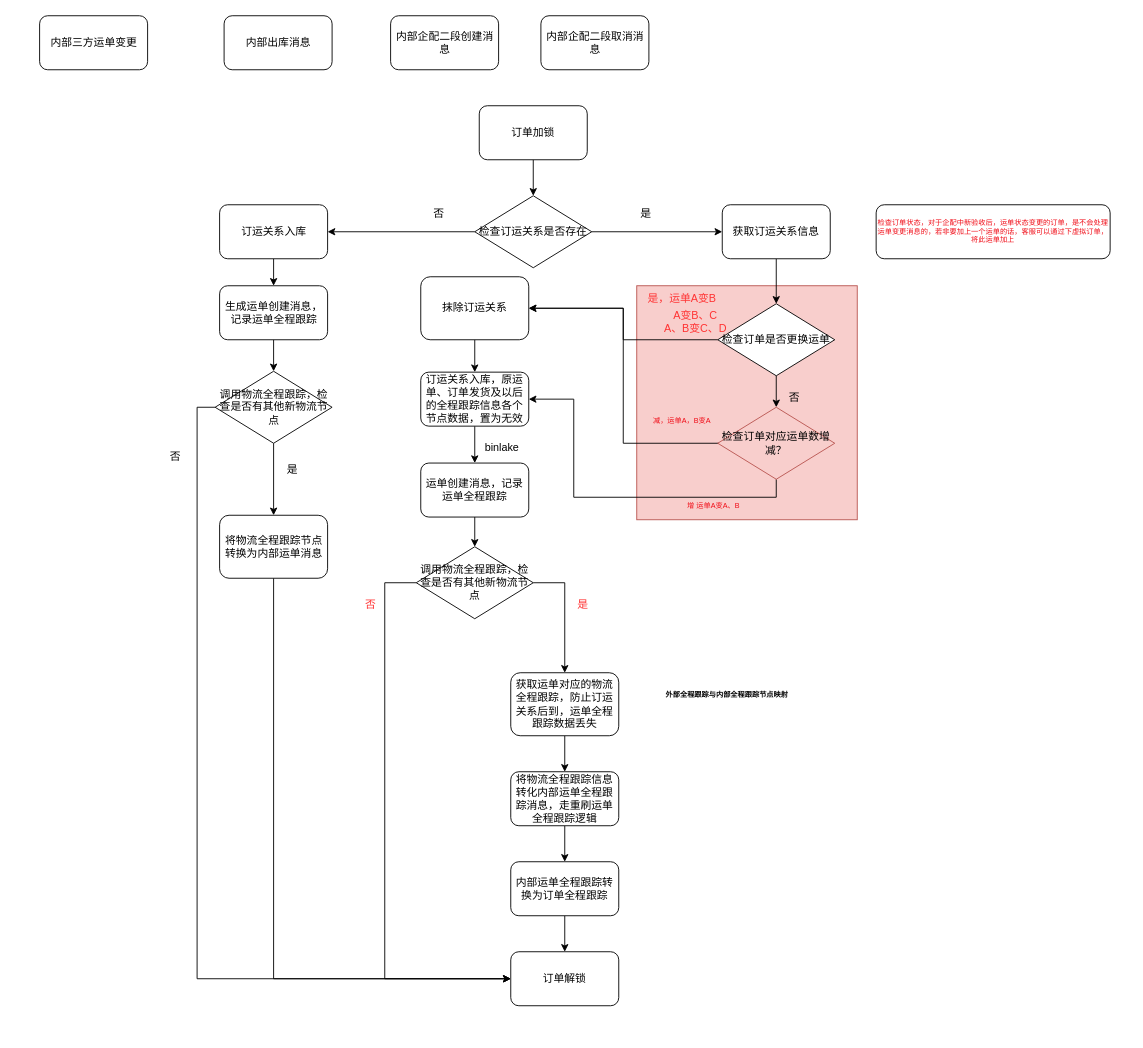
Earlier version of the draw.io diagram page "订运关系落库" (34 of 36) of Untitled Diagram.drawio (lixintao03/lixintao.github.io). Source tidied: cells renumbered, new cells numbered last; positions are measured from the earlier drawing's top-left corner, leaving out a move shared by most shapes. Both pictures are drawn from the tidied source at 90%, with x=0, y=0 at pixel (39, 15).
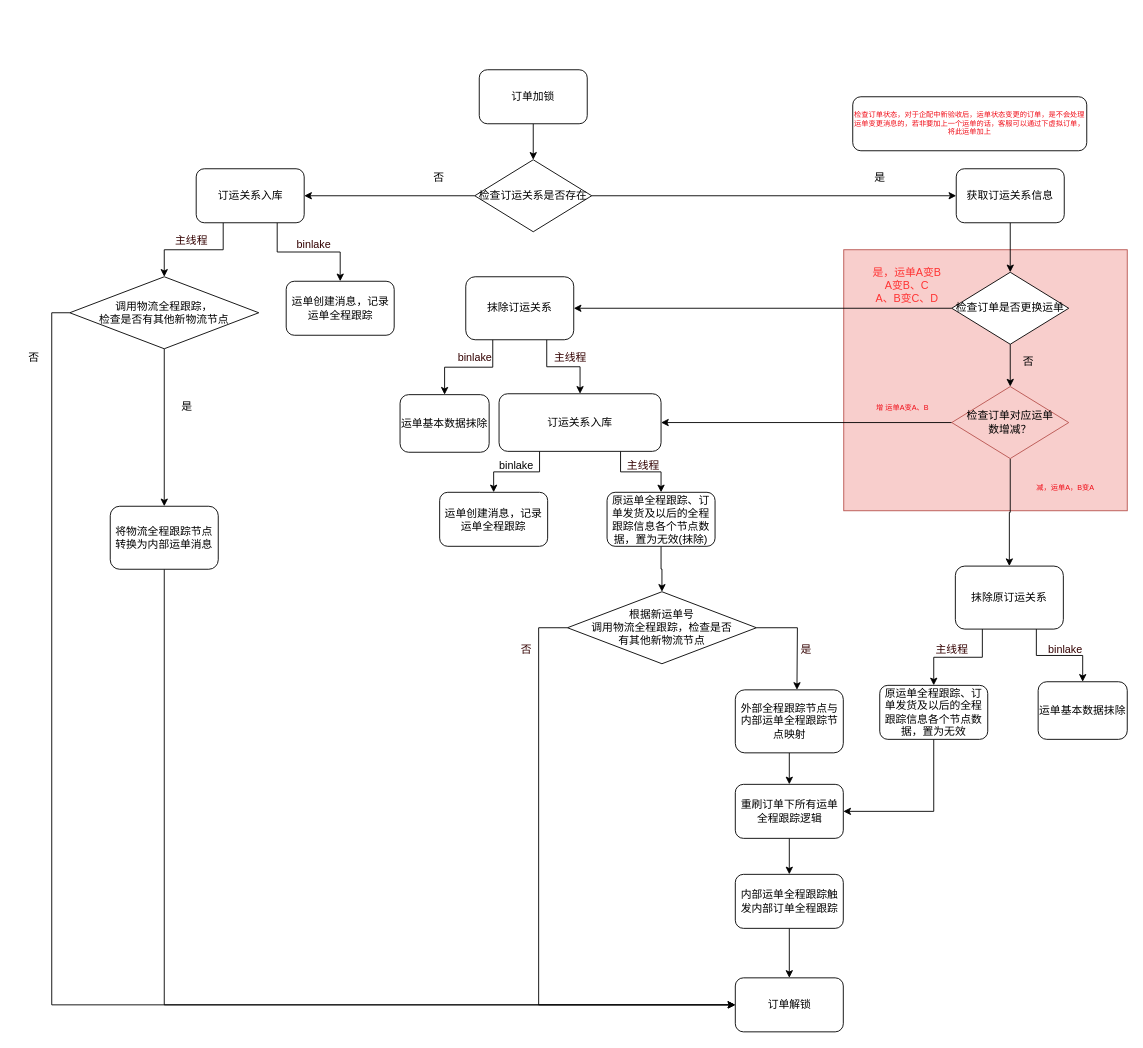
Above is the later version.

What changed in the source:
```diff
@@
     <mxCell id="2" style="rounded=0;whiteSpace=wrap;html=1;fillColor=#f8cecc;strokeColor=#b85450;" parent="1" vertex="1">
-      <mxGeometry x="664" y="300" width="245" height="260" as="geometry" />
+      <mxGeometry x="894" y="260" width="315" height="290" as="geometry" />
     </mxCell>
-    <mxCell id="3" value="内部三方运单变更" style="rounded=1;whiteSpace=wrap;html=1;" parent="1" vertex="1">
-      <mxGeometry x="0.5" width="120" height="60" as="geometry" />
-    </mxCell>
-    <mxCell id="4" value="内部出库消息" style="rounded=1;whiteSpace=wrap;html=1;" parent="1" vertex="1">
-      <mxGeometry x="205.5" width="120" height="60" as="geometry" />
-    </mxCell>
-    <mxCell id="5" value="内部企配二段创建消息" style="rounded=1;whiteSpace=wrap;html=1;" parent="1" vertex="1">
-      <mxGeometry x="390.5" width="120" height="60" as="geometry" />
-    </mxCell>
-    <mxCell id="6" style="edgeStyle=orthogonalEdgeStyle;rounded=0;jettySize=auto;html=1;exitX=0.5;exitY=1;exitDx=0;exitDy=0;entryX=0.5;entryY=0;entryDx=0;entryDy=0;" parent="1" edge="1" source="7" target="31">
+    <mxCell id="6" style="edgeStyle=orthogonalEdgeStyle;rounded=0;jettySize=auto;html=1;exitX=0.75;exitY=1;exitDx=0;exitDy=0;entryX=0.5;entryY=0;entryDx=0;entryDy=0;fontColor=#FF3333;" parent="1" edge="1" source="7" target="31">
       <mxGeometry relative="1" as="geometry" />
     </mxCell>
+    <mxCell id="59" style="edgeStyle=orthogonalEdgeStyle;rounded=0;jettySize=auto;html=1;exitX=0.25;exitY=1;exitDx=0;exitDy=0;entryX=0.5;entryY=0;entryDx=0;entryDy=0;fontColor=#FF3333;" parent="1" edge="1" source="7" target="46">
+      <mxGeometry relative="1" as="geometry" />
+    </mxCell>
     <mxCell id="7" value="订运关系入库" style="rounded=1;whiteSpace=wrap;html=1;" parent="1" vertex="1">
-      <mxGeometry x="200.5" y="210" width="120" height="60" as="geometry" />
+      <mxGeometry x="174.5" y="170" width="120" height="60" as="geometry" />
     </mxCell>
@@
     <mxCell id="10" value="检查订运关系是否存在" style="rhombus;whiteSpace=wrap;html=1;" parent="1" vertex="1">
-      <mxGeometry x="484" y="200" width="130" height="80" as="geometry" />
+      <mxGeometry x="484" y="160" width="130" height="80" as="geometry" />
     </mxCell>
     <mxCell id="11" value="否" style="text;html=1;align=center;verticalAlign=middle;strokeColor=none;fillColor=none;" parent="1" vertex="1">
-      <mxGeometry x="424" y="205" width="40" height="30" as="geometry" />
+      <mxGeometry x="424" y="165" width="40" height="30" as="geometry" />
     </mxCell>
@@
-    <mxCell id="13" value="获取运单对应的物流全程跟踪，防止订运关系后到，运单全程跟踪数据丢失" style="rounded=1;whiteSpace=wrap;html=1;" parent="1" vertex="1">
-      <mxGeometry x="524" y="730" width="120" height="70" as="geometry" />
+    <mxCell id="13" value="外部全程跟踪节点与内部运单全程跟踪节点映射" style="rounded=1;whiteSpace=wrap;html=1;" parent="1" vertex="1">
+      <mxGeometry x="773.5" y="749" width="120" height="70" as="geometry" />
     </mxCell>
@@
-    <mxCell id="15" value="将物流全程跟踪信息转化内部运单全程跟踪消息，走重刷运单全程跟踪逻辑" style="rounded=1;whiteSpace=wrap;html=1;" parent="1" vertex="1">
-      <mxGeometry x="524" y="840" width="120" height="60" as="geometry" />
+    <mxCell id="15" value="重刷订单下所有运单全程跟踪逻辑" style="rounded=1;whiteSpace=wrap;html=1;" parent="1" vertex="1">
+      <mxGeometry x="773.5" y="854" width="120" height="60" as="geometry" />
     </mxCell>
@@
     <mxCell id="17" value="获取订运关系信息" style="rounded=1;whiteSpace=wrap;html=1;" parent="1" vertex="1">
-      <mxGeometry x="759" y="210" width="120" height="60" as="geometry" />
+      <mxGeometry x="1019" y="170" width="120" height="60" as="geometry" />
     </mxCell>
@@
     <mxCell id="20" value="检查订单是否更换运单" style="rhombus;whiteSpace=wrap;html=1;" parent="1" vertex="1">
-      <mxGeometry x="754" y="320" width="130" height="80" as="geometry" />
+      <mxGeometry x="1014" y="285" width="130" height="80" as="geometry" />
     </mxCell>
-    <mxCell id="21" style="edgeStyle=orthogonalEdgeStyle;rounded=0;jettySize=auto;html=1;exitX=0.5;exitY=1;exitDx=0;exitDy=0;entryX=0.5;entryY=0;entryDx=0;entryDy=0;" parent="1" edge="1" source="22" target="50">
+    <mxCell id="21" style="edgeStyle=orthogonalEdgeStyle;rounded=0;jettySize=auto;html=1;exitX=0.75;exitY=1;exitDx=0;exitDy=0;entryX=0.5;entryY=0;entryDx=0;entryDy=0;" parent="1" edge="1" source="22" target="50">
       <mxGeometry relative="1" as="geometry" />
     </mxCell>
+    <mxCell id="60" style="edgeStyle=orthogonalEdgeStyle;rounded=0;jettySize=auto;html=1;exitX=0.25;exitY=1;exitDx=0;exitDy=0;entryX=0.5;entryY=0;entryDx=0;entryDy=0;fontColor=#330000;" parent="1" edge="1" source="22" target="68">
+      <mxGeometry relative="1" as="geometry" />
+    </mxCell>
     <mxCell id="22" value="抹除订运关系" style="rounded=1;whiteSpace=wrap;html=1;" parent="1" vertex="1">
-      <mxGeometry x="424" y="290" width="120" height="70" as="geometry" />
+      <mxGeometry x="474" y="290" width="120" height="70" as="geometry" />
     </mxCell>
     <mxCell id="23" value="是" style="text;html=1;align=center;verticalAlign=middle;strokeColor=none;fillColor=none;" parent="1" vertex="1">
-      <mxGeometry x="654" y="205" width="40" height="30" as="geometry" />
+      <mxGeometry x="914" y="165" width="40" height="30" as="geometry" />
     </mxCell>
-    <mxCell id="24" value="&lt;font color=&quot;#ff3333&quot;&gt;是，运单A变B&lt;/font&gt;" style="text;html=1;align=center;verticalAlign=middle;strokeColor=none;fillColor=none;" parent="1" vertex="1">
-      <mxGeometry x="664" y="300" width="100" height="30" as="geometry" />
-    </mxCell>
     <mxCell id="25" value="否" style="text;html=1;align=center;verticalAlign=middle;strokeColor=none;fillColor=none;" parent="1" vertex="1">
-      <mxGeometry x="819" y="410" width="40" height="30" as="geometry" />
+      <mxGeometry x="1079" y="370" width="40" height="30" as="geometry" />
     </mxCell>
-    <mxCell id="26" style="edgeStyle=orthogonalEdgeStyle;rounded=0;jettySize=auto;html=1;exitX=0;exitY=0.5;exitDx=0;exitDy=0;entryX=1;entryY=0.5;entryDx=0;entryDy=0;fontSize=8;fontColor=#f00a15;" parent="1" edge="1" target="22">
-      <mxGeometry relative="1" as="geometry">
-        <mxPoint x="759" y="475" as="sourcePoint" />
-        <Array as="points">
-          <mxPoint x="649" y="475" />
-          <mxPoint x="649" y="325" />
-        </Array>
-      </mxGeometry>
-    </mxCell>
-    <mxCell id="27" style="edgeStyle=orthogonalEdgeStyle;rounded=0;jettySize=auto;html=1;exitX=0.5;exitY=1;exitDx=0;exitDy=0;entryX=1;entryY=0.5;entryDx=0;entryDy=0;fontColor=#FF3333;" parent="1" edge="1" source="28" target="50">
-      <mxGeometry relative="1" as="geometry">
-        <Array as="points">
-          <mxPoint x="819" y="535" />
-          <mxPoint x="594" y="535" />
-          <mxPoint x="594" y="426" />
-        </Array>
-      </mxGeometry>
+    <mxCell id="27" style="edgeStyle=orthogonalEdgeStyle;rounded=0;jettySize=auto;html=1;exitX=0;exitY=0.5;exitDx=0;exitDy=0;entryX=1;entryY=0.5;entryDx=0;entryDy=0;fontColor=#330000;" parent="1" edge="1" source="28" target="50">
+      <mxGeometry relative="1" as="geometry" />
     </mxCell>
+    <mxCell id="61" style="edgeStyle=orthogonalEdgeStyle;rounded=0;jettySize=auto;html=1;exitX=0.5;exitY=1;exitDx=0;exitDy=0;entryX=0.5;entryY=0;entryDx=0;entryDy=0;fontColor=#330000;" parent="1" edge="1" source="28" target="73">
+      <mxGeometry relative="1" as="geometry" />
+    </mxCell>
-    <mxCell id="28" value="检查订单对应运单数增减？" style="rhombus;whiteSpace=wrap;html=1;fillColor=#f8cecc;strokeColor=#b85450;" parent="1" vertex="1">
-      <mxGeometry x="754" y="435" width="130" height="80" as="geometry" />
+    <mxCell id="28" value="检查订单对应运单&lt;br&gt;数增减？" style="rhombus;whiteSpace=wrap;html=1;fillColor=#f8cecc;strokeColor=#b85450;" parent="1" vertex="1">
+      <mxGeometry x="1014" y="412" width="130" height="80" as="geometry" />
     </mxCell>
     <mxCell id="29" style="edgeStyle=orthogonalEdgeStyle;rounded=0;jettySize=auto;html=1;exitX=0;exitY=0.5;exitDx=0;exitDy=0;entryX=0;entryY=0.5;entryDx=0;entryDy=0;" parent="1" edge="1" source="54" target="38">
       <mxGeometry relative="1" as="geometry">
         <Array as="points">
-          <mxPoint x="384" y="630" />
-          <mxPoint x="384" y="1070" />
+          <mxPoint x="555" y="680" />
+          <mxPoint x="555" y="1099" />
         </Array>
       </mxGeometry>
     </mxCell>
-    <mxCell id="30" style="edgeStyle=orthogonalEdgeStyle;rounded=0;jettySize=auto;html=1;exitX=0.5;exitY=1;exitDx=0;exitDy=0;entryX=0.5;entryY=0;entryDx=0;entryDy=0;" parent="1" edge="1" source="31" target="46">
-      <mxGeometry relative="1" as="geometry" />
-    </mxCell>
-    <mxCell id="31" value="生成运单创建消息，记录运单全程跟踪" style="rounded=1;whiteSpace=wrap;html=1;" parent="1" vertex="1">
-      <mxGeometry x="200.5" y="300" width="120" height="60" as="geometry" />
+    <mxCell id="31" value="运单创建消息，记录运单全程跟踪" style="rounded=1;whiteSpace=wrap;html=1;" parent="1" vertex="1">
+      <mxGeometry x="274.5" y="295" width="120" height="60" as="geometry" />
     </mxCell>
-    <mxCell id="32" style="edgeStyle=orthogonalEdgeStyle;rounded=0;jettySize=auto;html=1;exitX=0.5;exitY=1;exitDx=0;exitDy=0;entryX=0.5;entryY=0;entryDx=0;entryDy=0;fontColor=#FF3333;" parent="1" edge="1" source="33" target="54">
-      <mxGeometry relative="1" as="geometry" />
-    </mxCell>
     <mxCell id="33" value="运单创建消息，记录运单全程跟踪" style="rounded=1;whiteSpace=wrap;html=1;" parent="1" vertex="1">
-      <mxGeometry x="424" y="497" width="120" height="60" as="geometry" />
+      <mxGeometry x="445" y="529.5" width="120" height="60" as="geometry" />
     </mxCell>
@@
     <mxCell id="35" value="将物流全程跟踪节点转换为内部运单消息" style="rounded=1;whiteSpace=wrap;html=1;" parent="1" vertex="1">
-      <mxGeometry x="200.5" y="555" width="120" height="70" as="geometry" />
+      <mxGeometry x="79" y="545" width="120" height="70" as="geometry" />
     </mxCell>
@@
     <mxCell id="37" value="订单加锁" style="rounded=1;whiteSpace=wrap;html=1;" parent="1" vertex="1">
-      <mxGeometry x="489" y="100" width="120" height="60" as="geometry" />
+      <mxGeometry x="489" y="60" width="120" height="60" as="geometry" />
     </mxCell>
     <mxCell id="38" value="订单解锁" style="rounded=1;whiteSpace=wrap;html=1;" parent="1" vertex="1">
-      <mxGeometry x="524" y="1040" width="120" height="60" as="geometry" />
+      <mxGeometry x="773.5" y="1069" width="120" height="60" as="geometry" />
     </mxCell>
-    <mxCell id="39" value="&lt;h6&gt;&lt;font style=&quot;font-size: 8px;&quot;&gt;外部全程跟踪与内部全程跟踪节点映射&lt;/font&gt;&lt;/h6&gt;" style="text;html=1;align=center;verticalAlign=middle;" parent="1" vertex="1">
-      <mxGeometry x="649" y="720" width="230" height="70" as="geometry" />
-    </mxCell>
     <mxCell id="40" value="增 运单A变A、B" style="text;html=1;align=center;verticalAlign=middle;strokeColor=none;fillColor=none;fontSize=8;fontColor=#f00a15;" parent="1" vertex="1">
-      <mxGeometry x="694" y="530" width="110" height="30" as="geometry" />
+      <mxGeometry x="904" y="421" width="110" height="30" as="geometry" />
     </mxCell>
     <mxCell id="41" value="减，运单A，B变A" style="text;html=1;align=center;verticalAlign=middle;strokeColor=none;fillColor=none;fontSize=8;fontColor=#f00a15;" parent="1" vertex="1">
-      <mxGeometry x="654" y="435" width="120" height="30" as="geometry" />
+      <mxGeometry x="1080" y="510" width="120" height="30" as="geometry" />
     </mxCell>
     <mxCell id="42" value="检查订单状态，对于企配中新验收后，运单状态变更的订单，是不会处理运单变更消息的，若非要加上一个运单的话，客服可以通过下虚拟订单，将此运单加上" style="rounded=1;whiteSpace=wrap;html=1;fontSize=8;fontColor=#f00a15;" parent="1" vertex="1">
-      <mxGeometry x="930" y="210" width="260" height="60" as="geometry" />
+      <mxGeometry x="904" y="90" width="260" height="60" as="geometry" />
     </mxCell>
-    <mxCell id="43" value="内部企配二段取消消息" style="rounded=1;whiteSpace=wrap;html=1;" parent="1" vertex="1">
-      <mxGeometry x="557.5" width="120" height="60" as="geometry" />
-    </mxCell>
@@
-    <mxCell id="46" value="调用物流全程跟踪，检查是否有其他新物流节点" style="rhombus;whiteSpace=wrap;html=1;" parent="1" vertex="1">
-      <mxGeometry x="195.5" y="395" width="130" height="80" as="geometry" />
+    <mxCell id="46" value="调用物流全程跟踪，&lt;br&gt;检查是否有其他新物流节点" style="rhombus;whiteSpace=wrap;html=1;" parent="1" vertex="1">
+      <mxGeometry x="34" y="290" width="210" height="80" as="geometry" />
     </mxCell>
     <mxCell id="47" value="否" style="text;html=1;align=center;verticalAlign=middle;strokeColor=none;fillColor=none;" parent="1" vertex="1">
-      <mxGeometry x="130.5" y="475" width="40" height="30" as="geometry" />
+      <mxGeometry x="-26" y="365" width="40" height="30" as="geometry" />
     </mxCell>
     <mxCell id="48" value="是" style="text;html=1;align=center;verticalAlign=middle;strokeColor=none;fillColor=none;" parent="1" vertex="1">
-      <mxGeometry x="260.5" y="490" width="40" height="30" as="geometry" />
+      <mxGeometry x="144" y="420" width="40" height="30" as="geometry" />
     </mxCell>
-    <mxCell id="49" style="edgeStyle=orthogonalEdgeStyle;rounded=0;jettySize=auto;html=1;exitX=0.5;exitY=1;exitDx=0;exitDy=0;entryX=0.5;entryY=0;entryDx=0;entryDy=0;" parent="1" edge="1" source="50" target="33">
+    <mxCell id="49" style="edgeStyle=orthogonalEdgeStyle;rounded=0;jettySize=auto;html=1;exitX=0.25;exitY=1;exitDx=0;exitDy=0;entryX=0.5;entryY=0;entryDx=0;entryDy=0;" parent="1" edge="1" source="50" target="33">
       <mxGeometry relative="1" as="geometry" />
     </mxCell>
+    <mxCell id="62" style="edgeStyle=orthogonalEdgeStyle;rounded=0;jettySize=auto;html=1;exitX=0.75;exitY=1;exitDx=0;exitDy=0;entryX=0.5;entryY=0;entryDx=0;entryDy=0;fontColor=#FF3333;" parent="1" edge="1" source="50" target="64">
+      <mxGeometry relative="1" as="geometry" />
+    </mxCell>
-    <mxCell id="50" value="订运关系入库，原运单、订单发货及以后的全程跟踪信息各个节点数据，置为无效" style="rounded=1;whiteSpace=wrap;html=1;" parent="1" vertex="1">
-      <mxGeometry x="424" y="396" width="120" height="60" as="geometry" />
+    <mxCell id="50" value="订运关系入库" style="rounded=1;whiteSpace=wrap;html=1;" parent="1" vertex="1">
+      <mxGeometry x="511" y="420" width="180" height="64" as="geometry" />
     </mxCell>
     <mxCell id="51" value="binlake" style="text;html=1;align=center;verticalAlign=middle;strokeColor=none;fillColor=none;" parent="1" vertex="1">
-      <mxGeometry x="484" y="465" width="60" height="30" as="geometry" />
+      <mxGeometry x="500" y="485" width="60" height="30" as="geometry" />
     </mxCell>
-    <mxCell id="52" value="A变B、C&lt;br&gt;A、B变C、D" style="text;html=1;align=center;verticalAlign=middle;strokeColor=none;fillColor=none;fontColor=#FF3333;" parent="1" vertex="1">
-      <mxGeometry x="684" y="320" width="90" height="40" as="geometry" />
+    <mxCell id="52" value="是，运单A变B&lt;br&gt;A变B、C&lt;br&gt;A、B变C、D" style="text;html=1;align=center;verticalAlign=middle;strokeColor=none;fillColor=none;fontColor=#FF3333;" parent="1" vertex="1">
+      <mxGeometry x="914" y="270" width="100" height="60" as="geometry" />
     </mxCell>
-    <mxCell id="53" style="edgeStyle=orthogonalEdgeStyle;rounded=0;jettySize=auto;html=1;exitX=1;exitY=0.5;exitDx=0;exitDy=0;entryX=0.5;entryY=0;entryDx=0;entryDy=0;fontColor=#FF3333;" parent="1" edge="1" source="54" target="13">
-      <mxGeometry relative="1" as="geometry" />
+    <mxCell id="53" style="edgeStyle=orthogonalEdgeStyle;rounded=0;jettySize=auto;html=1;exitX=1;exitY=0.5;exitDx=0;exitDy=0;fontColor=#FF3333;entryX=0.5;entryY=0;entryDx=0;entryDy=0;" parent="1" edge="1" source="54">
+      <mxGeometry relative="1" as="geometry">
+        <mxPoint x="842" y="749" as="targetPoint" />
+      </mxGeometry>
     </mxCell>
-    <mxCell id="54" value="调用物流全程跟踪，检查是否有其他新物流节点" style="rhombus;whiteSpace=wrap;html=1;" parent="1" vertex="1">
-      <mxGeometry x="419" y="590" width="130" height="80" as="geometry" />
+    <mxCell id="54" value="根据新运单号&lt;br&gt;调用物流全程跟踪，检查是否&lt;br&gt;有其他新物流节点" style="rhombus;whiteSpace=wrap;html=1;" parent="1" vertex="1">
+      <mxGeometry x="587" y="640" width="210" height="80" as="geometry" />
     </mxCell>
-    <mxCell id="55" value="否" style="text;html=1;align=center;verticalAlign=middle;strokeColor=none;fillColor=none;fontColor=#FF3333;" parent="1" vertex="1">
-      <mxGeometry x="348" y="640" width="40" height="30" as="geometry" />
+    <mxCell id="55" value="&lt;font color=&quot;#330000&quot;&gt;否&lt;/font&gt;" style="text;html=1;align=center;verticalAlign=middle;strokeColor=none;fillColor=none;fontColor=#FF3333;" parent="1" vertex="1">
+      <mxGeometry x="521" y="690" width="40" height="30" as="geometry" />
     </mxCell>
-    <mxCell id="56" value="是" style="text;html=1;align=center;verticalAlign=middle;strokeColor=none;fillColor=none;fontColor=#FF3333;" parent="1" vertex="1">
-      <mxGeometry x="584" y="640" width="40" height="30" as="geometry" />
+    <mxCell id="56" value="&lt;font color=&quot;#330000&quot;&gt;是&lt;/font&gt;" style="text;html=1;align=center;verticalAlign=middle;strokeColor=none;fillColor=none;fontColor=#FF3333;" parent="1" vertex="1">
+      <mxGeometry x="832" y="690" width="40" height="30" as="geometry" />
     </mxCell>
@@
-    <mxCell id="58" value="内部运单全程跟踪转换为订单全程跟踪" style="rounded=1;whiteSpace=wrap;html=1;" parent="1" vertex="1">
-      <mxGeometry x="524" y="940" width="120" height="60" as="geometry" />
+    <mxCell id="58" value="内部运单全程跟踪触发内部订单全程跟踪" style="rounded=1;whiteSpace=wrap;html=1;" parent="1" vertex="1">
+      <mxGeometry x="773.5" y="954" width="120" height="60" as="geometry" />
     </mxCell>
+    <mxCell id="63" style="edgeStyle=orthogonalEdgeStyle;rounded=0;jettySize=auto;html=1;exitX=0.5;exitY=1;exitDx=0;exitDy=0;entryX=0.5;entryY=0;entryDx=0;entryDy=0;fontColor=#330000;" parent="1" edge="1" source="64" target="54">
+      <mxGeometry relative="1" as="geometry" />
+    </mxCell>
+    <mxCell id="64" value="原运单全程跟踪、订单发货及以后的全程跟踪信息各个节点数据，置为无效(抹除)" style="rounded=1;whiteSpace=wrap;html=1;" parent="1" vertex="1">
+      <mxGeometry x="631" y="529.5" width="120" height="60" as="geometry" />
+    </mxCell>
+    <mxCell id="65" value="&lt;font color=&quot;#330000&quot;&gt;binlake&lt;/font&gt;" style="text;html=1;align=center;verticalAlign=middle;strokeColor=none;fillColor=none;fontColor=#FF3333;" parent="1" vertex="1">
+      <mxGeometry x="274.5" y="240" width="60" height="30" as="geometry" />
+    </mxCell>
+    <mxCell id="66" value="主线程" style="text;html=1;align=center;verticalAlign=middle;strokeColor=none;fillColor=none;fontColor=#330000;" parent="1" vertex="1">
+      <mxGeometry x="641" y="485" width="60" height="30" as="geometry" />
+    </mxCell>
+    <mxCell id="67" value="主线程" style="text;html=1;align=center;verticalAlign=middle;strokeColor=none;fillColor=none;fontColor=#330000;" parent="1" vertex="1">
+      <mxGeometry x="139" y="235" width="60" height="30" as="geometry" />
+    </mxCell>
+    <mxCell id="68" value="运单基本数据抹除" style="rounded=1;whiteSpace=wrap;html=1;" parent="1" vertex="1">
+      <mxGeometry x="401" y="421" width="99" height="64" as="geometry" />
+    </mxCell>
+    <mxCell id="69" value="binlake" style="text;html=1;align=center;verticalAlign=middle;strokeColor=none;fillColor=none;fontColor=#330000;" parent="1" vertex="1">
+      <mxGeometry x="454" y="365" width="60" height="30" as="geometry" />
+    </mxCell>
+    <mxCell id="70" value="主线程" style="text;html=1;align=center;verticalAlign=middle;strokeColor=none;fillColor=none;fontColor=#330000;" parent="1" vertex="1">
+      <mxGeometry x="560" y="365" width="60" height="30" as="geometry" />
+    </mxCell>
+    <mxCell id="71" style="edgeStyle=orthogonalEdgeStyle;rounded=0;jettySize=auto;html=1;exitX=0.75;exitY=1;exitDx=0;exitDy=0;entryX=0.5;entryY=0;entryDx=0;entryDy=0;fontColor=#330000;" parent="1" edge="1" source="73" target="74">
+      <mxGeometry relative="1" as="geometry" />
+    </mxCell>
+    <mxCell id="72" style="edgeStyle=orthogonalEdgeStyle;rounded=0;jettySize=auto;html=1;exitX=0.25;exitY=1;exitDx=0;exitDy=0;entryX=0.5;entryY=0;entryDx=0;entryDy=0;fontColor=#330000;" parent="1" edge="1" source="73" target="78">
+      <mxGeometry relative="1" as="geometry" />
+    </mxCell>
+    <mxCell id="73" value="抹除原订运关系" style="rounded=1;whiteSpace=wrap;html=1;" parent="1" vertex="1">
+      <mxGeometry x="1018" y="611.5" width="120" height="70" as="geometry" />
+    </mxCell>
+    <mxCell id="74" value="运单基本数据抹除" style="rounded=1;whiteSpace=wrap;html=1;" parent="1" vertex="1">
+      <mxGeometry x="1110" y="740" width="99" height="64" as="geometry" />
+    </mxCell>
+    <mxCell id="75" value="binlake" style="text;html=1;align=center;verticalAlign=middle;strokeColor=none;fillColor=none;fontColor=#330000;" parent="1" vertex="1">
+      <mxGeometry x="1110" y="690" width="60" height="30" as="geometry" />
+    </mxCell>
+    <mxCell id="76" value="主线程" style="text;html=1;align=center;verticalAlign=middle;strokeColor=none;fillColor=none;fontColor=#330000;" parent="1" vertex="1">
+      <mxGeometry x="984" y="690" width="60" height="30" as="geometry" />
+    </mxCell>
+    <mxCell id="77" style="edgeStyle=orthogonalEdgeStyle;rounded=0;jettySize=auto;html=1;exitX=0.5;exitY=1;exitDx=0;exitDy=0;entryX=1;entryY=0.5;entryDx=0;entryDy=0;fontColor=#330000;" parent="1" edge="1" source="78" target="15">
+      <mxGeometry relative="1" as="geometry" />
+    </mxCell>
+    <mxCell id="78" value="原运单全程跟踪、订单发货及以后的全程跟踪信息各个节点数据，置为无效" style="rounded=1;whiteSpace=wrap;html=1;" parent="1" vertex="1">
+      <mxGeometry x="934" y="744" width="120" height="60" as="geometry" />
+    </mxCell>
```
